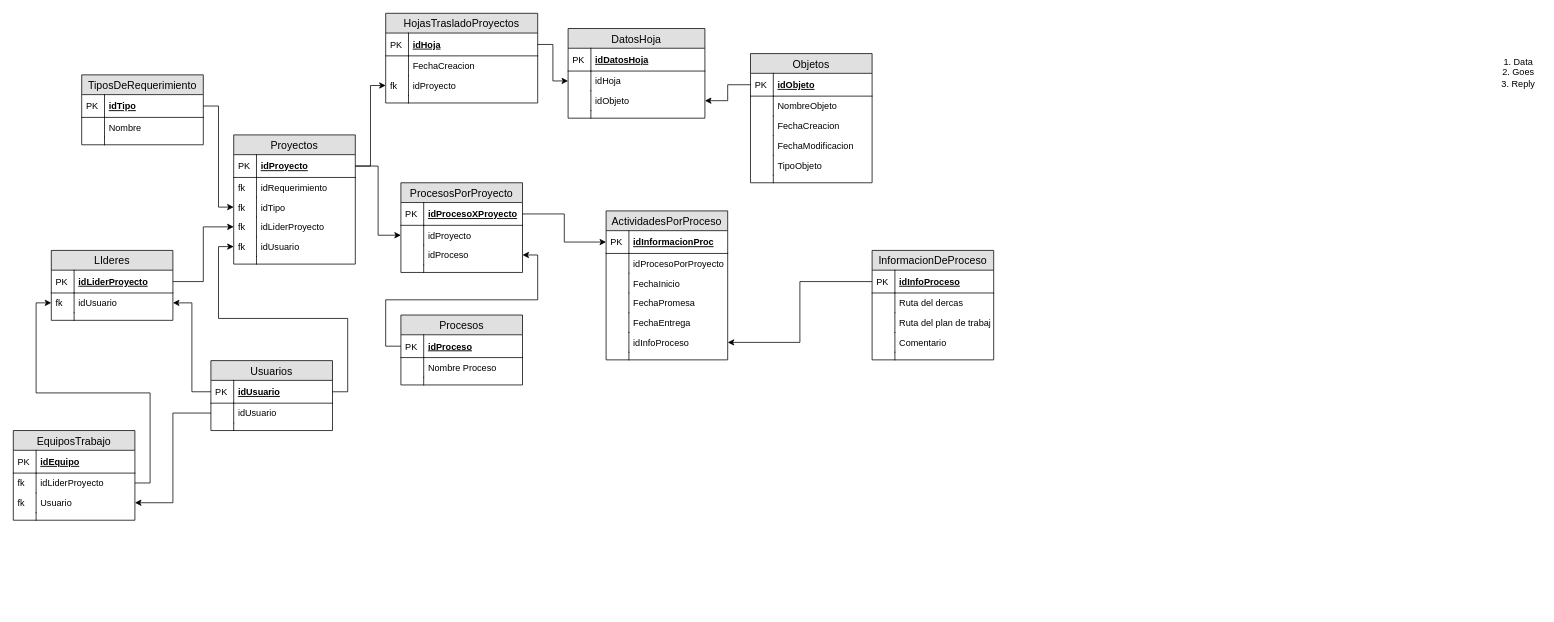
Above: DiagramaNuevo.drawio in IrvinDevFlores/RequerimientosPro (draw.io), before the change. Source tidied: cells renumbered, new cells numbered last; positions are measured from the earlier drawing's top-left corner, leaving out a move shared by most shapes. Both pictures are drawn from the tidied source at 76%, with x=0, y=0 at pixel (13, 13).
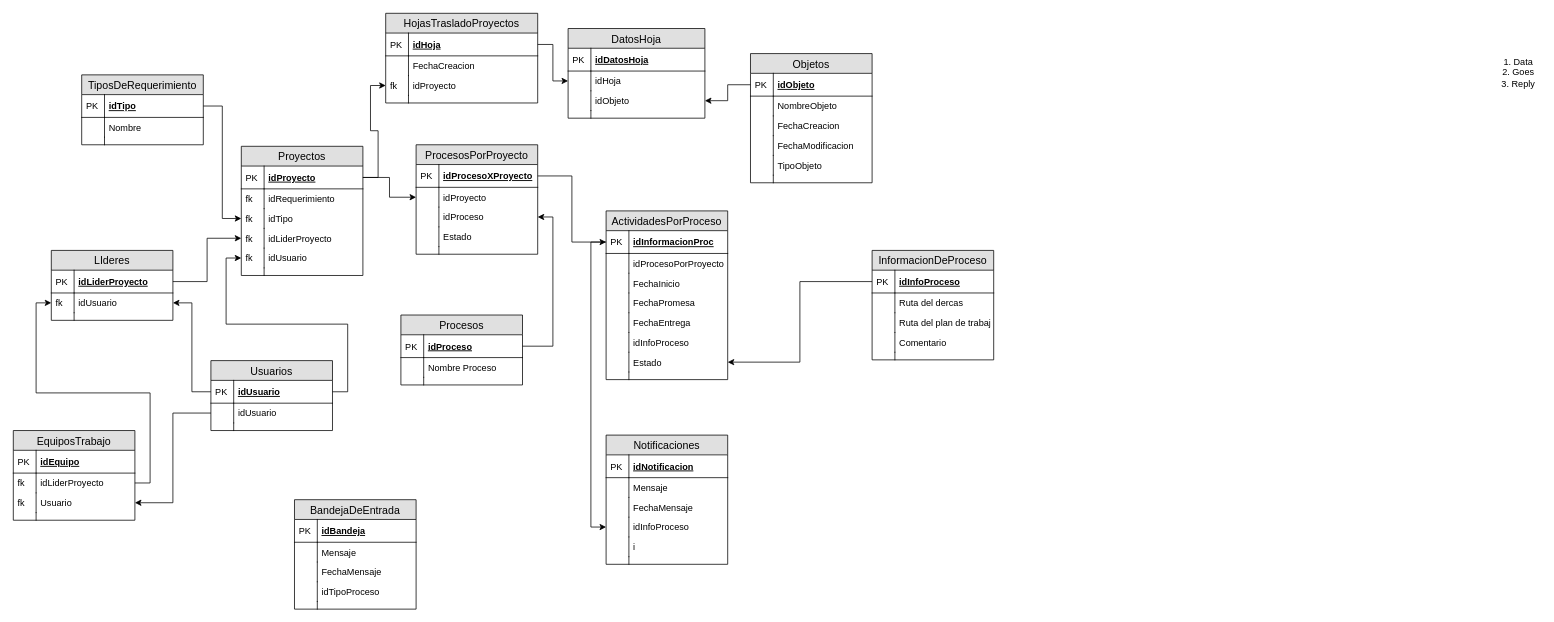
The same page after the edit.

Commit message:
Agregando tabla de notificaciones

Unchanged cells that the change refers to:
```xml
<mxCell id="104" value="idInformacionProc" style="shape=partialRectangle;top=0;left=0;right=0;bottom=1;align=left;verticalAlign=middle;fillColor=none;spacingLeft=34;spacingRight=4;overflow=hidden;points=[[0,0.5],[1,0.5]];portConstraint=eastwest;fontStyle=5;fontSize=12;" parent="103" vertex="1">
  <mxGeometry y="26" width="160" height="30" as="geometry" />
</mxCell>
```

The edit, as a diff of the source:
```diff
@@
     <mxCell id="2" value="Proyectos" style="swimlane;fontStyle=0;horizontal=1;startSize=26;fillColor=#e0e0e0;swimlaneFillColor=#ffffff;align=center;fontSize=14;" parent="1" vertex="1">
-      <mxGeometry x="290" y="160" width="160" height="170" as="geometry" />
+      <mxGeometry x="300" y="175" width="160" height="170" as="geometry" />
     </mxCell>
@@
     <mxCell id="92" value="ProcesosPorProyecto" style="swimlane;fontStyle=0;horizontal=1;startSize=26;fillColor=#e0e0e0;swimlaneFillColor=#ffffff;align=center;fontSize=14;" parent="1" vertex="1">
-      <mxGeometry x="510" y="223" width="160" height="118" as="geometry" />
+      <mxGeometry x="530" y="173" width="160" height="144" as="geometry" />
     </mxCell>
@@
+    <mxCell id="132" value="Estado" style="shape=partialRectangle;top=0;left=0;right=0;bottom=0;align=left;verticalAlign=top;fillColor=none;spacingLeft=34;spacingRight=4;overflow=hidden;fontSize=12;" parent="92" vertex="1">
+      <mxGeometry y="108" width="160" height="26" as="geometry" />
+    </mxCell>
+    <mxCell id="133" style="shape=partialRectangle;top=0;left=0;bottom=0;fillColor=none;align=left;verticalAlign=top;spacingLeft=4;spacingRight=4;overflow=hidden;fontSize=12;" parent="132" vertex="1">
+      <mxGeometry width="30" height="26" as="geometry" />
+    </mxCell>
     <mxCell id="99" style="shape=partialRectangle;top=0;left=0;right=0;bottom=0;align=left;verticalAlign=top;fillColor=none;spacingLeft=34;spacingRight=4;overflow=hidden;fontSize=12;" parent="92" vertex="1">
-      <mxGeometry y="108" width="160" height="10" as="geometry" />
+      <mxGeometry y="134" width="160" height="10" as="geometry" />
     </mxCell>
@@
     <mxCell id="103" value="ActividadesPorProceso" style="swimlane;fontStyle=0;horizontal=1;startSize=26;fillColor=#e0e0e0;swimlaneFillColor=#ffffff;align=center;fontSize=14;" parent="1" vertex="1">
-      <mxGeometry x="780" y="260" width="160" height="196" as="geometry" />
+      <mxGeometry x="780" y="260" width="160" height="222" as="geometry" />
     </mxCell>
@@
+    <mxCell id="134" value="idInfoProceso" style="shape=partialRectangle;top=0;left=0;right=0;bottom=0;align=left;verticalAlign=top;fillColor=none;spacingLeft=34;spacingRight=4;overflow=hidden;fontSize=12;" parent="103" vertex="1">
+      <mxGeometry y="160" width="160" height="26" as="geometry" />
+    </mxCell>
+    <mxCell id="135" style="shape=partialRectangle;top=0;left=0;bottom=0;fillColor=none;align=left;verticalAlign=top;spacingLeft=4;spacingRight=4;overflow=hidden;fontSize=12;" parent="134" vertex="1">
+      <mxGeometry width="30" height="26" as="geometry" />
+    </mxCell>
-    <mxCell id="114" value="idInfoProceso" style="shape=partialRectangle;top=0;left=0;right=0;bottom=0;align=left;verticalAlign=top;fillColor=none;spacingLeft=34;spacingRight=4;overflow=hidden;points=[[0,0.5],[1,0.5]];portConstraint=eastwest;fontSize=12;" parent="103" vertex="1">
-      <mxGeometry y="160" width="160" height="26" as="geometry" />
+    <mxCell id="114" value="Estado" style="shape=partialRectangle;top=0;left=0;right=0;bottom=0;align=left;verticalAlign=top;fillColor=none;spacingLeft=34;spacingRight=4;overflow=hidden;points=[[0,0.5],[1,0.5]];portConstraint=eastwest;fontSize=12;" parent="103" vertex="1">
+      <mxGeometry y="186" width="160" height="26" as="geometry" />
     </mxCell>
@@
     <mxCell id="116" style="shape=partialRectangle;top=0;left=0;right=0;bottom=0;align=left;verticalAlign=top;fillColor=none;spacingLeft=34;spacingRight=4;overflow=hidden;fontSize=12;" parent="103" vertex="1">
-      <mxGeometry y="186" width="160" height="10" as="geometry" />
+      <mxGeometry y="212" width="160" height="10" as="geometry" />
     </mxCell>
@@
+    <mxCell id="136" value="BandejaDeEntrada" style="swimlane;fontStyle=0;horizontal=1;startSize=26;fillColor=#e0e0e0;swimlaneFillColor=#ffffff;align=center;fontSize=14;" parent="1" vertex="1">
+      <mxGeometry x="370" y="640" width="160" height="144" as="geometry" />
+    </mxCell>
+    <mxCell id="137" value="idBandeja" style="shape=partialRectangle;top=0;left=0;right=0;bottom=1;align=left;verticalAlign=middle;fillColor=none;spacingLeft=34;spacingRight=4;overflow=hidden;fontStyle=5;fontSize=12;" parent="136" vertex="1">
+      <mxGeometry y="26" width="160" height="30" as="geometry" />
+    </mxCell>
+    <mxCell id="138" value="PK" style="shape=partialRectangle;top=0;left=0;bottom=0;fillColor=none;align=left;verticalAlign=middle;spacingLeft=4;spacingRight=4;overflow=hidden;fontSize=12;" parent="137" vertex="1">
+      <mxGeometry width="30" height="30" as="geometry" />
+    </mxCell>
+    <mxCell id="139" value="Mensaje" style="shape=partialRectangle;top=0;left=0;right=0;bottom=0;align=left;verticalAlign=top;fillColor=none;spacingLeft=34;spacingRight=4;overflow=hidden;fontSize=12;" parent="136" vertex="1">
+      <mxGeometry y="56" width="160" height="26" as="geometry" />
+    </mxCell>
+    <mxCell id="140" style="shape=partialRectangle;top=0;left=0;bottom=0;fillColor=none;align=left;verticalAlign=top;spacingLeft=4;spacingRight=4;overflow=hidden;fontSize=12;" parent="139" vertex="1">
+      <mxGeometry width="30" height="26" as="geometry" />
+    </mxCell>
+    <mxCell id="141" value="FechaMensaje" style="shape=partialRectangle;top=0;left=0;right=0;bottom=0;align=left;verticalAlign=top;fillColor=none;spacingLeft=34;spacingRight=4;overflow=hidden;fontSize=12;" parent="136" vertex="1">
+      <mxGeometry y="82" width="160" height="26" as="geometry" />
+    </mxCell>
+    <mxCell id="142" style="shape=partialRectangle;top=0;left=0;bottom=0;fillColor=none;align=left;verticalAlign=top;spacingLeft=4;spacingRight=4;overflow=hidden;fontSize=12;" parent="141" vertex="1">
+      <mxGeometry width="30" height="26" as="geometry" />
+    </mxCell>
+    <mxCell id="143" value="idTipoProceso" style="shape=partialRectangle;top=0;left=0;right=0;bottom=0;align=left;verticalAlign=top;fillColor=none;spacingLeft=34;spacingRight=4;overflow=hidden;fontSize=12;" parent="136" vertex="1">
+      <mxGeometry y="108" width="160" height="26" as="geometry" />
+    </mxCell>
+    <mxCell id="144" style="shape=partialRectangle;top=0;left=0;bottom=0;fillColor=none;align=left;verticalAlign=top;spacingLeft=4;spacingRight=4;overflow=hidden;fontSize=12;" parent="143" vertex="1">
+      <mxGeometry width="30" height="26" as="geometry" />
+    </mxCell>
+    <mxCell id="145" style="shape=partialRectangle;top=0;left=0;right=0;bottom=0;align=left;verticalAlign=top;fillColor=none;spacingLeft=34;spacingRight=4;overflow=hidden;fontSize=12;" parent="136" vertex="1">
+      <mxGeometry y="134" width="160" height="10" as="geometry" />
+    </mxCell>
+    <mxCell id="146" style="shape=partialRectangle;top=0;left=0;bottom=0;fillColor=none;align=left;verticalAlign=top;spacingLeft=4;spacingRight=4;overflow=hidden;fontSize=12;" parent="145" vertex="1">
+      <mxGeometry width="30" height="10" as="geometry" />
+    </mxCell>
+    <mxCell id="147" value="Notificaciones" style="swimlane;fontStyle=0;horizontal=1;startSize=26;fillColor=#e0e0e0;swimlaneFillColor=#ffffff;align=center;fontSize=14;" parent="1" vertex="1">
+      <mxGeometry x="780" y="555" width="160" height="170" as="geometry" />
+    </mxCell>
+    <mxCell id="148" value="idNotificacion" style="shape=partialRectangle;top=0;left=0;right=0;bottom=1;align=left;verticalAlign=middle;fillColor=none;spacingLeft=34;spacingRight=4;overflow=hidden;fontStyle=5;fontSize=12;" parent="147" vertex="1">
+      <mxGeometry y="26" width="160" height="30" as="geometry" />
+    </mxCell>
+    <mxCell id="149" value="PK" style="shape=partialRectangle;top=0;left=0;bottom=0;fillColor=none;align=left;verticalAlign=middle;spacingLeft=4;spacingRight=4;overflow=hidden;fontSize=12;" parent="148" vertex="1">
+      <mxGeometry width="30" height="30" as="geometry" />
+    </mxCell>
+    <mxCell id="150" value="Mensaje" style="shape=partialRectangle;top=0;left=0;right=0;bottom=0;align=left;verticalAlign=top;fillColor=none;spacingLeft=34;spacingRight=4;overflow=hidden;fontSize=12;" parent="147" vertex="1">
+      <mxGeometry y="56" width="160" height="26" as="geometry" />
+    </mxCell>
+    <mxCell id="151" style="shape=partialRectangle;top=0;left=0;bottom=0;fillColor=none;align=left;verticalAlign=top;spacingLeft=4;spacingRight=4;overflow=hidden;fontSize=12;" parent="150" vertex="1">
+      <mxGeometry width="30" height="26" as="geometry" />
+    </mxCell>
+    <mxCell id="152" value="FechaMensaje" style="shape=partialRectangle;top=0;left=0;right=0;bottom=0;align=left;verticalAlign=top;fillColor=none;spacingLeft=34;spacingRight=4;overflow=hidden;fontSize=12;" parent="147" vertex="1">
+      <mxGeometry y="82" width="160" height="26" as="geometry" />
+    </mxCell>
+    <mxCell id="153" style="shape=partialRectangle;top=0;left=0;bottom=0;fillColor=none;align=left;verticalAlign=top;spacingLeft=4;spacingRight=4;overflow=hidden;fontSize=12;" parent="152" vertex="1">
+      <mxGeometry width="30" height="26" as="geometry" />
+    </mxCell>
+    <mxCell id="154" value="idInfoProceso" style="shape=partialRectangle;top=0;left=0;right=0;bottom=0;align=left;verticalAlign=top;fillColor=none;spacingLeft=34;spacingRight=4;overflow=hidden;points=[[0,0.5],[1,0.5]];portConstraint=eastwest;fontSize=12;" parent="147" vertex="1">
+      <mxGeometry y="108" width="160" height="26" as="geometry" />
+    </mxCell>
+    <mxCell id="155" style="shape=partialRectangle;top=0;left=0;bottom=0;fillColor=none;align=left;verticalAlign=top;spacingLeft=4;spacingRight=4;overflow=hidden;fontSize=12;" parent="154" vertex="1">
+      <mxGeometry width="30" height="26" as="geometry" />
+    </mxCell>
+    <mxCell id="156" value="i" style="shape=partialRectangle;top=0;left=0;right=0;bottom=0;align=left;verticalAlign=top;fillColor=none;spacingLeft=34;spacingRight=4;overflow=hidden;fontSize=12;" parent="147" vertex="1">
+      <mxGeometry y="134" width="160" height="26" as="geometry" />
+    </mxCell>
+    <mxCell id="157" style="shape=partialRectangle;top=0;left=0;bottom=0;fillColor=none;align=left;verticalAlign=top;spacingLeft=4;spacingRight=4;overflow=hidden;fontSize=12;" parent="156" vertex="1">
+      <mxGeometry width="30" height="26" as="geometry" />
+    </mxCell>
+    <mxCell id="158" style="shape=partialRectangle;top=0;left=0;right=0;bottom=0;align=left;verticalAlign=top;fillColor=none;spacingLeft=34;spacingRight=4;overflow=hidden;fontSize=12;" parent="147" vertex="1">
+      <mxGeometry y="160" width="160" height="10" as="geometry" />
+    </mxCell>
+    <mxCell id="159" style="shape=partialRectangle;top=0;left=0;bottom=0;fillColor=none;align=left;verticalAlign=top;spacingLeft=4;spacingRight=4;overflow=hidden;fontSize=12;" parent="158" vertex="1">
+      <mxGeometry width="30" height="10" as="geometry" />
+    </mxCell>
+    <mxCell id="160" style="edgeStyle=orthogonalEdgeStyle;rounded=0;jettySize=auto;html=1;entryX=0;entryY=0.5;entryDx=0;entryDy=0;" parent="1" edge="1" source="104" target="154">
+      <mxGeometry relative="1" as="geometry" />
+    </mxCell>
```
